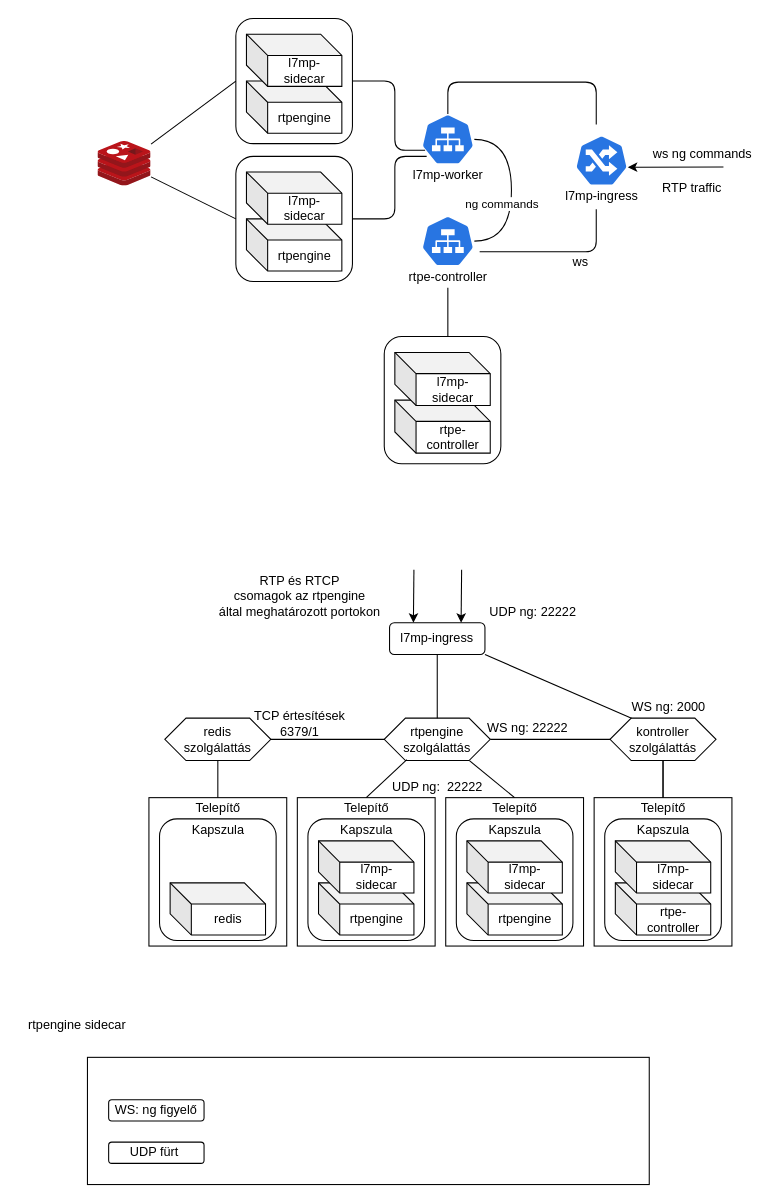
This is page "setup" (4 of 4) of figures/figures.drawio from VidarHUN/thesis, a draw.io file, before an edit. Source tidied: cells renumbered, new cells numbered last; positions are measured from the earlier drawing's top-left corner, leaving out a move shared by most shapes. Both pictures are drawn from the tidied source at 106%, with x=0, y=0 at pixel (18, 18).
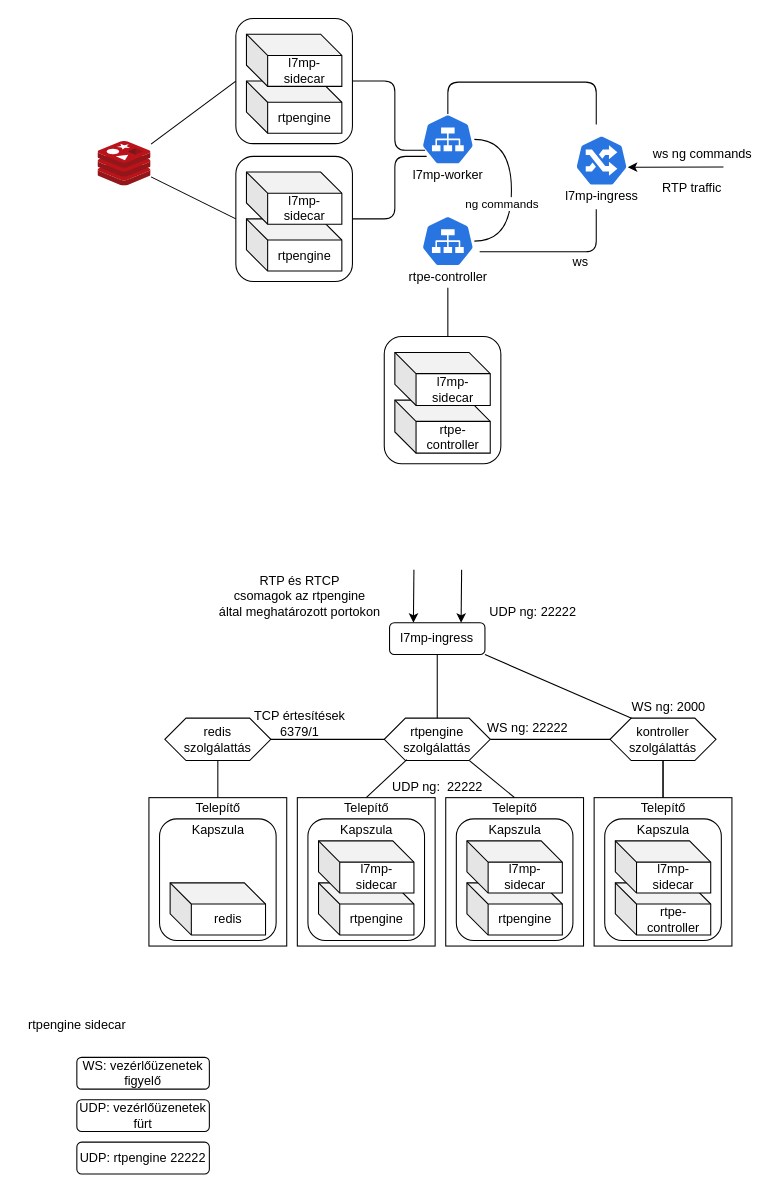
The same diagram, later.

What changed in the source:
```diff
@@
-    <mxCell id="85" style="rounded=0;whiteSpace=wrap;html=1;fillColor=none;" parent="1" vertex="1">
-      <mxGeometry x="65" y="980" width="530" height="120" as="geometry" />
-    </mxCell>
-    <mxCell id="86" value="WS: ng figyelő" style="rounded=1;whiteSpace=wrap;html=1;fillColor=none;" parent="1" vertex="1">
-      <mxGeometry x="85" y="1020" width="90" height="20" as="geometry" />
-    </mxCell>
-    <mxCell id="87" value="UDP fürt&amp;nbsp;" style="rounded=1;whiteSpace=wrap;html=1;fillColor=none;" parent="1" vertex="1">
-      <mxGeometry x="85" y="1060" width="90" height="20" as="geometry" />
-    </mxCell>
+    <mxCell id="88" value="WS: vezérlőüzenetek figyelő" style="rounded=1;whiteSpace=wrap;html=1;fillColor=none;" parent="1" vertex="1">
+      <mxGeometry x="55" y="980" width="125" height="30" as="geometry" />
+    </mxCell>
+    <mxCell id="89" value="UDP: vezérlőüzenetek fürt" style="rounded=1;whiteSpace=wrap;html=1;fillColor=none;" parent="1" vertex="1">
+      <mxGeometry x="55" y="1020" width="125" height="30" as="geometry" />
+    </mxCell>
+    <mxCell id="90" value="UDP: rtpengine 22222" style="rounded=1;whiteSpace=wrap;html=1;fillColor=none;" parent="1" vertex="1">
+      <mxGeometry x="55" y="1060" width="125" height="30" as="geometry" />
+    </mxCell>
```
